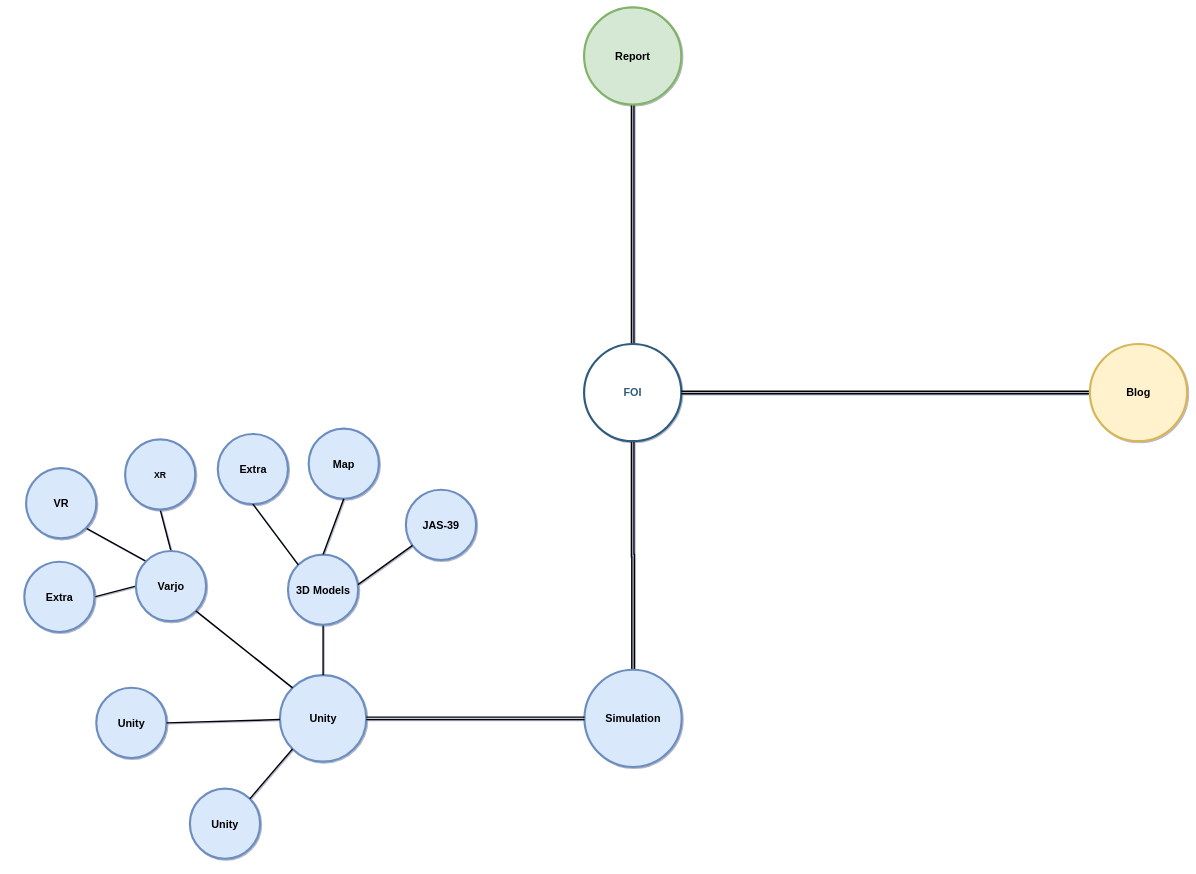
This is DrawIO/Untitled Diagram.drawio from RabaDabaDoba/FOI, a draw.io file, before an edit. Source tidied: cells renumbered, new cells numbered last; positions are measured from the earlier drawing's top-left corner, leaving out a move shared by most shapes. Both pictures are drawn from the tidied source at 36%, with x=0, y=0 at pixel (6, 7).
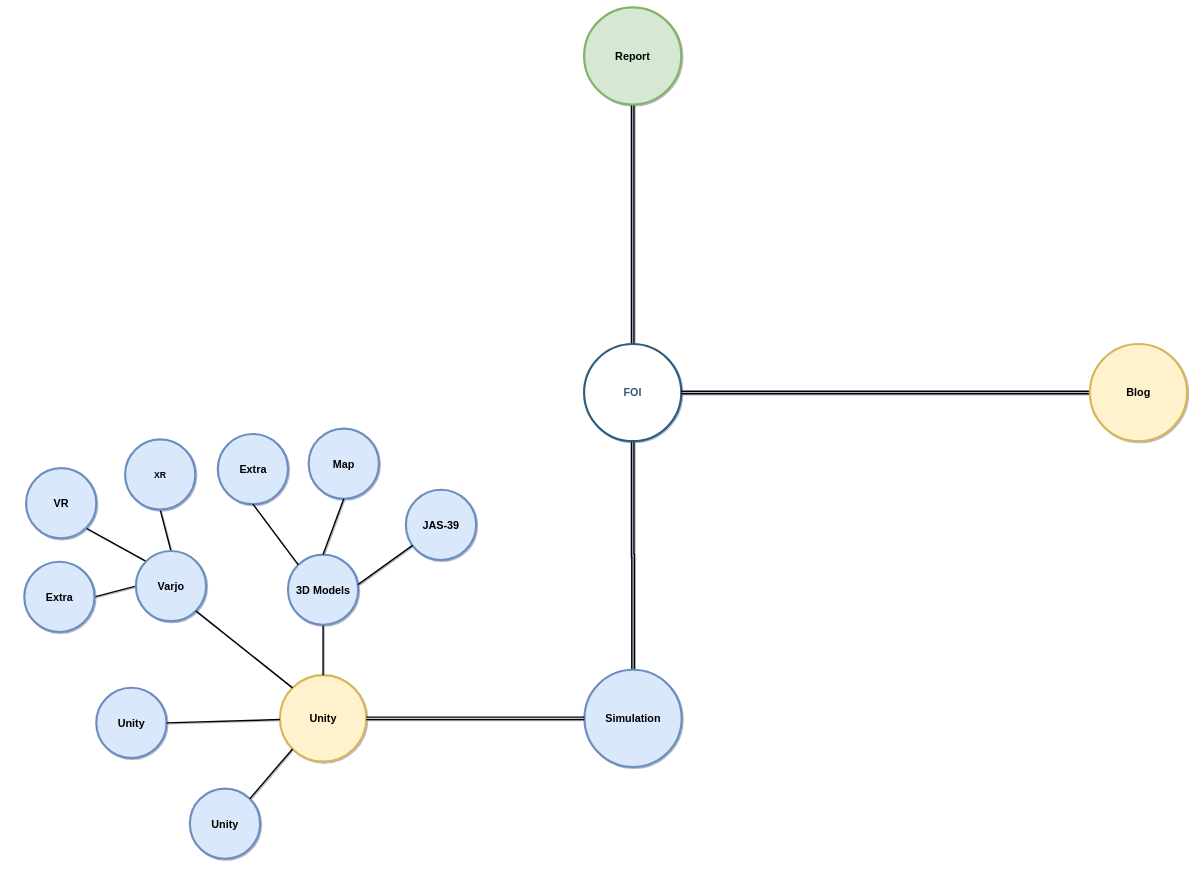
Above is the later version.

The change refers to these unchanged cells:
```xml
<mxCell id="10" style="group;" parent="8" vertex="1">
  <mxGeometry width="1015" height="1245" as="geometry" />
</mxCell>
```

The edit, as a diff of the source:
```diff
@@
-    <mxCell id="11" value="Unity" style="ellipse;whiteSpace=wrap;html=1;shadow=0;fontFamily=Helvetica;fontSize=30;align=center;strokeColor=#6c8ebf;strokeWidth=6;fillColor=#dae8fc;fontStyle=1;" parent="10" vertex="1">
+    <mxCell id="11" value="Unity" style="ellipse;whiteSpace=wrap;html=1;shadow=0;fontFamily=Helvetica;fontSize=30;align=center;strokeColor=#d6b656;strokeWidth=6;fillColor=#fff2cc;fontStyle=1;" parent="10" vertex="1">
       <mxGeometry x="760" y="715" width="240" height="240" as="geometry" />
     </mxCell>
```
